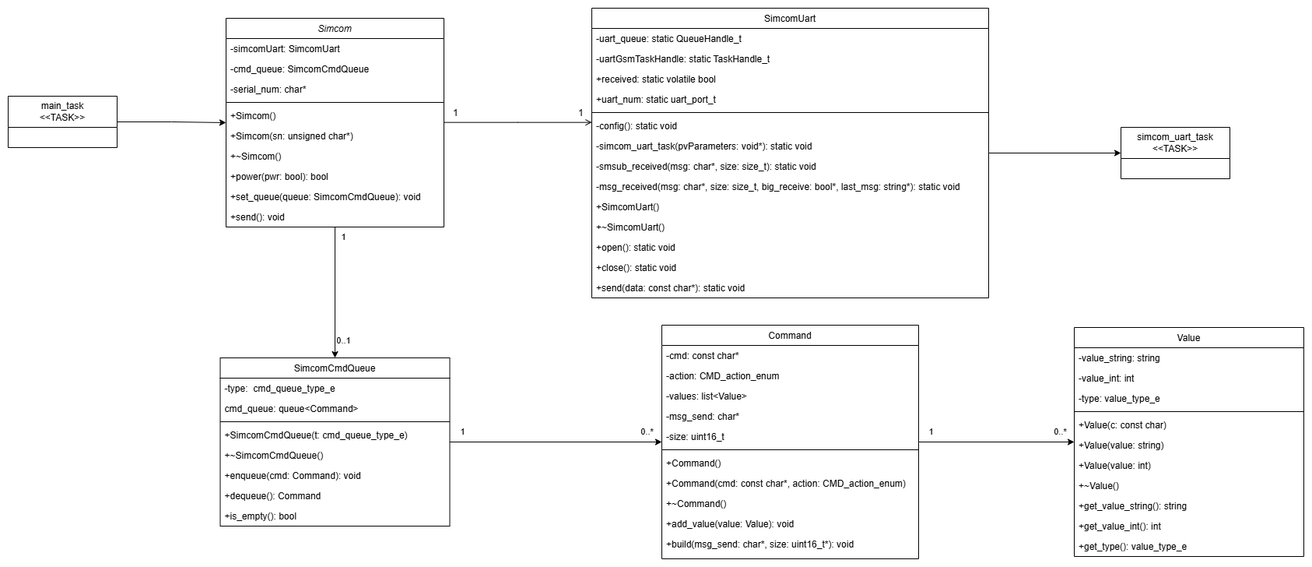
Above: images/diagram.png in EduardoKPVeiga/Simcom (draw.io), before the change. Source tidied: cells renumbered, new cells last; positions are measured from the earlier drawing's top-left corner, leaving out a move shared by most shapes.
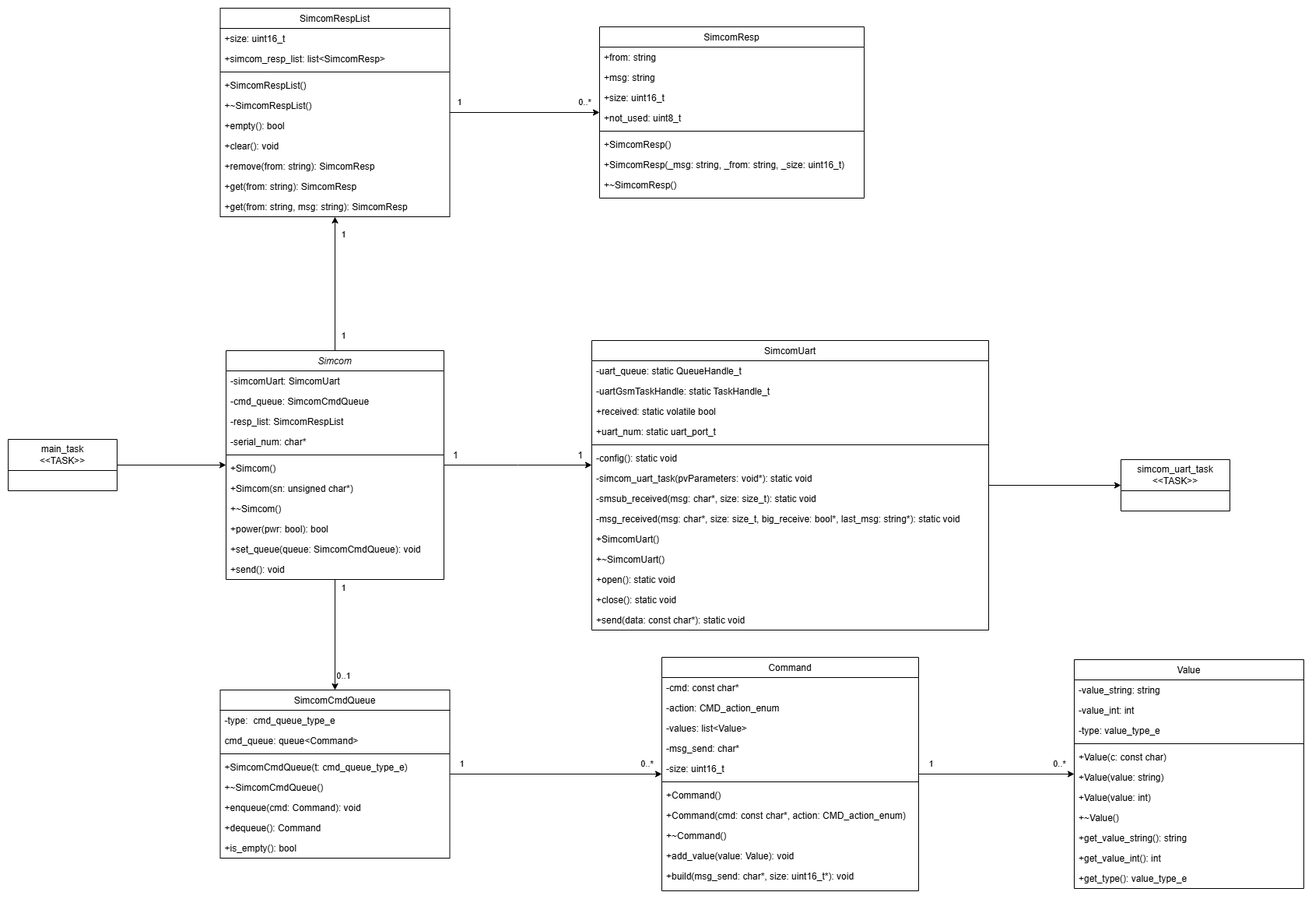
The same file after the commit.

Diff of the diagram source:
```diff
@@ -15,8 +15,21 @@
         <mxPoint x="9" as="offset" />
       </mxGeometry>
     </mxCell>
+    <mxCell id="77" style="edgeStyle=orthogonalEdgeStyle;rounded=0;jettySize=auto;html=1;" parent="1" edge="1" source="5" target="84">
+      <mxGeometry relative="1" as="geometry" />
+    </mxCell>
+    <mxCell id="78" value="1" style="edgeLabel;html=1;align=center;verticalAlign=middle;" parent="77" vertex="1">
+      <mxGeometry x="-0.81" y="1" relative="1" as="geometry">
+        <mxPoint x="11" y="-4" as="offset" />
+      </mxGeometry>
+    </mxCell>
+    <mxCell id="79" value="1" style="edgeLabel;html=1;align=center;verticalAlign=middle;" parent="77" vertex="1">
+      <mxGeometry x="0.74" y="2" relative="1" as="geometry">
+        <mxPoint x="12" as="offset" />
+      </mxGeometry>
+    </mxCell>
     <mxCell id="5" value="Simcom" style="swimlane;fontStyle=2;align=center;verticalAlign=top;horizontal=1;startSize=26;rounded=0;shadow=0;strokeWidth=1;" parent="1" vertex="1">
-      <mxGeometry x="280" y="13" width="280" height="268" as="geometry" />
+      <mxGeometry x="280" y="13" width="280" height="294" as="geometry" />
     </mxCell>
     <mxCell id="6" value="-simcomUart: SimcomUart" style="text;align=left;verticalAlign=top;spacingLeft=4;spacingRight=4;overflow=hidden;" parent="5" vertex="1">
       <mxGeometry y="26" width="280" height="26" as="geometry" />
@@ -24,29 +37,32 @@
     <mxCell id="7" value="-cmd_queue: SimcomCmdQueue" style="text;align=left;verticalAlign=top;spacingLeft=4;spacingRight=4;overflow=hidden;rounded=0;shadow=0;html=0;" parent="5" vertex="1">
       <mxGeometry y="52" width="280" height="26" as="geometry" />
     </mxCell>
+    <mxCell id="80" value="-resp_list: SimcomRespList" style="text;align=left;verticalAlign=top;spacingLeft=4;spacingRight=4;overflow=hidden;rounded=0;shadow=0;html=0;" parent="5" vertex="1">
+      <mxGeometry y="78" width="280" height="26" as="geometry" />
+    </mxCell>
     <mxCell id="8" value="-serial_num: char*" style="text;align=left;verticalAlign=top;spacingLeft=4;spacingRight=4;overflow=hidden;rounded=0;shadow=0;html=0;" parent="5" vertex="1">
-      <mxGeometry y="78" width="280" height="26" as="geometry" />
+      <mxGeometry y="104" width="280" height="26" as="geometry" />
     </mxCell>
     <mxCell id="9" style="line;html=1;strokeWidth=1;align=left;verticalAlign=middle;spacingTop=-1;spacingLeft=3;spacingRight=3;labelPosition=right;" parent="5" vertex="1">
-      <mxGeometry y="104" width="280" height="8" as="geometry" />
+      <mxGeometry y="130" width="280" height="8" as="geometry" />
     </mxCell>
     <mxCell id="10" value="+Simcom()" style="text;align=left;verticalAlign=top;spacingLeft=4;spacingRight=4;overflow=hidden;" parent="5" vertex="1">
-      <mxGeometry y="112" width="280" height="26" as="geometry" />
+      <mxGeometry y="138" width="280" height="26" as="geometry" />
     </mxCell>
     <mxCell id="11" value="+Simcom(sn: unsigned char*)" style="text;align=left;verticalAlign=top;spacingLeft=4;spacingRight=4;overflow=hidden;" parent="5" vertex="1">
-      <mxGeometry y="138" width="280" height="26" as="geometry" />
+      <mxGeometry y="164" width="280" height="26" as="geometry" />
     </mxCell>
     <mxCell id="12" value="+~Simcom()" style="text;align=left;verticalAlign=top;spacingLeft=4;spacingRight=4;overflow=hidden;" parent="5" vertex="1">
-      <mxGeometry y="164" width="280" height="26" as="geometry" />
+      <mxGeometry y="190" width="280" height="26" as="geometry" />
     </mxCell>
     <mxCell id="13" value="+power(pwr: bool): bool" style="text;align=left;verticalAlign=top;spacingLeft=4;spacingRight=4;overflow=hidden;" parent="5" vertex="1">
-      <mxGeometry y="190" width="280" height="26" as="geometry" />
+      <mxGeometry y="216" width="280" height="26" as="geometry" />
     </mxCell>
     <mxCell id="14" value="+set_queue(queue: SimcomCmdQueue): void" style="text;align=left;verticalAlign=top;spacingLeft=4;spacingRight=4;overflow=hidden;" parent="5" vertex="1">
-      <mxGeometry y="216" width="280" height="26" as="geometry" />
+      <mxGeometry y="242" width="280" height="26" as="geometry" />
     </mxCell>
     <mxCell id="15" value="+send(): void" style="text;align=left;verticalAlign=top;spacingLeft=4;spacingRight=4;overflow=hidden;" parent="5" vertex="1">
-      <mxGeometry y="242" width="280" height="26" as="geometry" />
+      <mxGeometry y="268" width="280" height="26" as="geometry" />
     </mxCell>
     <mxCell id="16" value="SimcomCmdQueue" style="swimlane;fontStyle=0;align=center;verticalAlign=top;horizontal=1;startSize=26;rounded=0;shadow=0;strokeWidth=1;" parent="1" vertex="1">
       <mxGeometry x="272.5" y="449" width="295" height="216" as="geometry" />
@@ -123,7 +139,7 @@
     <mxCell id="40" value="+send(data: const char*): static void" style="text;align=left;verticalAlign=top;spacingLeft=4;spacingRight=4;overflow=hidden;" parent="26" vertex="1">
       <mxGeometry y="346" width="510" height="26" as="geometry" />
     </mxCell>
-    <mxCell id="41" style="endArrow=open;shadow=0;strokeWidth=1;rounded=0;curved=0;endFill=1;edgeStyle=elbowEdgeStyle;elbow=vertical;" parent="1" edge="1" source="5" target="26">
+    <mxCell id="41" style="endArrow=classic;shadow=0;strokeWidth=1;rounded=0;curved=0;endFill=1;edgeStyle=elbowEdgeStyle;elbow=vertical;" parent="1" edge="1" source="5" target="26">
       <mxGeometry x="0.5" y="41" relative="1" as="geometry">
         <mxPoint x="-40" y="32" as="offset" />
       </mxGeometry>
@@ -243,7 +259,80 @@
       <mxGeometry relative="1" as="geometry" />
     </mxCell>
     <mxCell id="76" value="main_task&lt;div&gt;&amp;lt;&amp;lt;TASK&amp;gt;&amp;gt;&lt;/div&gt;" style="swimlane;fontStyle=0;horizontal=1;startSize=40;fillColor=none;whiteSpace=wrap;html=1;" parent="1" vertex="1">
-      <mxGeometry y="113" width="140" height="66" as="geometry" />
+      <mxGeometry y="127" width="140" height="66" as="geometry" />
     </mxCell>
+    <mxCell id="81" style="edgeStyle=orthogonalEdgeStyle;rounded=0;jettySize=auto;html=1;" parent="1" edge="1" source="84" target="95">
+      <mxGeometry relative="1" as="geometry" />
+    </mxCell>
+    <mxCell id="82" value="1" style="edgeLabel;html=1;align=center;verticalAlign=middle;" parent="81" vertex="1">
+      <mxGeometry x="-0.88" y="-1" relative="1" as="geometry">
+        <mxPoint y="-15" as="offset" />
+      </mxGeometry>
+    </mxCell>
+    <mxCell id="83" value="0..*" style="edgeLabel;html=1;align=center;verticalAlign=middle;" parent="81" vertex="1">
+      <mxGeometry x="0.85" y="3" relative="1" as="geometry">
+        <mxPoint x="-5" y="-11" as="offset" />
+      </mxGeometry>
+    </mxCell>
+    <mxCell id="84" value="SimcomRespList" style="swimlane;fontStyle=0;align=center;verticalAlign=top;horizontal=1;startSize=26;rounded=0;shadow=0;strokeWidth=1;" parent="1" vertex="1">
+      <mxGeometry x="272.5" y="-427" width="295" height="268" as="geometry" />
+    </mxCell>
+    <mxCell id="85" value="+size: uint16_t" style="text;align=left;verticalAlign=top;spacingLeft=4;spacingRight=4;overflow=hidden;" parent="84" vertex="1">
+      <mxGeometry y="26" width="295" height="26" as="geometry" />
+    </mxCell>
+    <mxCell id="86" value="+simcom_resp_list: list&lt;SimcomResp&gt;" style="text;align=left;verticalAlign=top;spacingLeft=4;spacingRight=4;overflow=hidden;rounded=0;shadow=0;html=0;" parent="84" vertex="1">
+      <mxGeometry y="52" width="295" height="26" as="geometry" />
+    </mxCell>
+    <mxCell id="87" style="line;html=1;strokeWidth=1;align=left;verticalAlign=middle;spacingTop=-1;spacingLeft=3;spacingRight=3;labelPosition=right;" parent="84" vertex="1">
+      <mxGeometry y="78" width="295" height="8" as="geometry" />
+    </mxCell>
+    <mxCell id="88" value="+SimcomRespList()" style="text;align=left;verticalAlign=top;spacingLeft=4;spacingRight=4;overflow=hidden;fontStyle=0;" parent="84" vertex="1">
+      <mxGeometry y="86" width="295" height="26" as="geometry" />
+    </mxCell>
+    <mxCell id="89" value="+~SimcomRespList()" style="text;align=left;verticalAlign=top;spacingLeft=4;spacingRight=4;overflow=hidden;fontStyle=0;" parent="84" vertex="1">
+      <mxGeometry y="112" width="295" height="26" as="geometry" />
+    </mxCell>
+    <mxCell id="90" value="+empty(): bool" style="text;align=left;verticalAlign=top;spacingLeft=4;spacingRight=4;overflow=hidden;fontStyle=0;" parent="84" vertex="1">
+      <mxGeometry y="138" width="295" height="26" as="geometry" />
+    </mxCell>
+    <mxCell id="91" value="+clear(): void" style="text;align=left;verticalAlign=top;spacingLeft=4;spacingRight=4;overflow=hidden;fontStyle=0;" parent="84" vertex="1">
+      <mxGeometry y="164" width="295" height="26" as="geometry" />
+    </mxCell>
+    <mxCell id="92" value="+remove(from: string): SimcomResp" style="text;align=left;verticalAlign=top;spacingLeft=4;spacingRight=4;overflow=hidden;fontStyle=0;" parent="84" vertex="1">
+      <mxGeometry y="190" width="295" height="26" as="geometry" />
+    </mxCell>
+    <mxCell id="93" value="+get(from: string): SimcomResp" style="text;align=left;verticalAlign=top;spacingLeft=4;spacingRight=4;overflow=hidden;fontStyle=0;" parent="84" vertex="1">
+      <mxGeometry y="216" width="295" height="26" as="geometry" />
+    </mxCell>
+    <mxCell id="94" value="+get(from: string, msg: string): SimcomResp" style="text;align=left;verticalAlign=top;spacingLeft=4;spacingRight=4;overflow=hidden;fontStyle=0;" parent="84" vertex="1">
+      <mxGeometry y="242" width="295" height="26" as="geometry" />
+    </mxCell>
+    <mxCell id="95" value="SimcomResp" style="swimlane;fontStyle=0;align=center;verticalAlign=top;horizontal=1;startSize=26;rounded=0;shadow=0;strokeWidth=1;" parent="1" vertex="1">
+      <mxGeometry x="760" y="-403" width="340" height="220" as="geometry" />
+    </mxCell>
+    <mxCell id="96" value="+from: string" style="text;align=left;verticalAlign=top;spacingLeft=4;spacingRight=4;overflow=hidden;" parent="95" vertex="1">
+      <mxGeometry y="26" width="340" height="26" as="geometry" />
+    </mxCell>
+    <mxCell id="97" value="+msg: string" style="text;align=left;verticalAlign=top;spacingLeft=4;spacingRight=4;overflow=hidden;rounded=0;shadow=0;html=0;" parent="95" vertex="1">
+      <mxGeometry y="52" width="340" height="26" as="geometry" />
+    </mxCell>
+    <mxCell id="98" value="+size: uint16_t" style="text;align=left;verticalAlign=top;spacingLeft=4;spacingRight=4;overflow=hidden;rounded=0;shadow=0;html=0;" parent="95" vertex="1">
+      <mxGeometry y="78" width="340" height="26" as="geometry" />
+    </mxCell>
+    <mxCell id="99" value="+not_used: uint8_t" style="text;align=left;verticalAlign=top;spacingLeft=4;spacingRight=4;overflow=hidden;rounded=0;shadow=0;html=0;" parent="95" vertex="1">
+      <mxGeometry y="104" width="340" height="26" as="geometry" />
+    </mxCell>
+    <mxCell id="100" style="line;html=1;strokeWidth=1;align=left;verticalAlign=middle;spacingTop=-1;spacingLeft=3;spacingRight=3;labelPosition=right;" parent="95" vertex="1">
+      <mxGeometry y="130" width="340" height="8" as="geometry" />
+    </mxCell>
+    <mxCell id="101" value="+SimcomResp()" style="text;align=left;verticalAlign=top;spacingLeft=4;spacingRight=4;overflow=hidden;fontStyle=0;" parent="95" vertex="1">
+      <mxGeometry y="138" width="340" height="26" as="geometry" />
+    </mxCell>
+    <mxCell id="102" value="+SimcomResp(_msg: string, _from: string, _size: uint16_t)" style="text;align=left;verticalAlign=top;spacingLeft=4;spacingRight=4;overflow=hidden;fontStyle=0;" parent="95" vertex="1">
+      <mxGeometry y="164" width="340" height="26" as="geometry" />
+    </mxCell>
+    <mxCell id="103" value="+~SimcomResp()" style="text;align=left;verticalAlign=top;spacingLeft=4;spacingRight=4;overflow=hidden;fontStyle=0;" parent="95" vertex="1">
+      <mxGeometry y="190" width="340" height="26" as="geometry" />
+    </mxCell>
   </root>
 </mxGraphModel>
```
